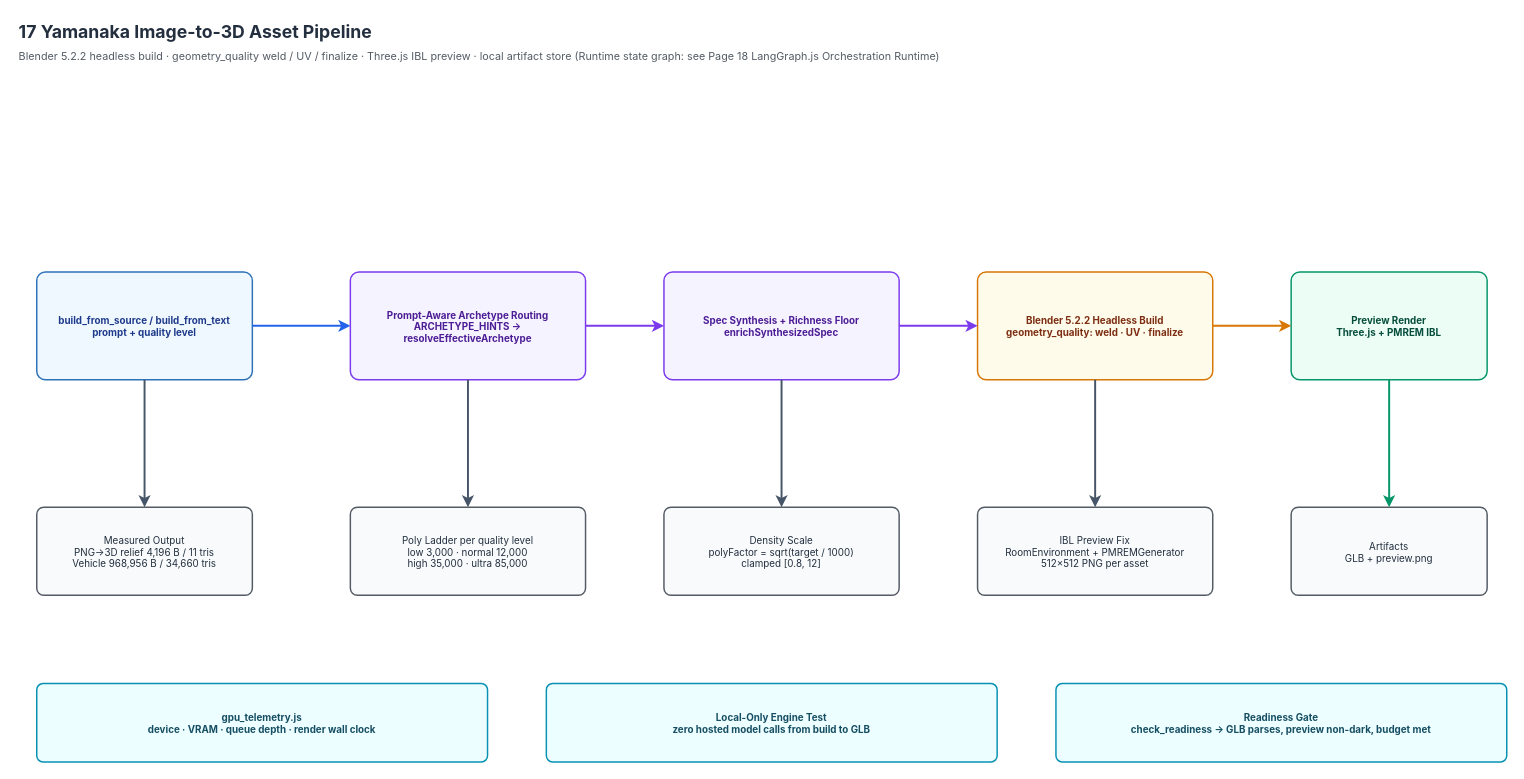
andycungkrinx91/konoha keeps this draw.io diagram as page "17 Yamanaka Image-to-3D Asset Pipeline" (17 of 18) of docs/diagrams/konoha-infrastructure-architecture.drawio. Above is the earlier version. Source tidied: cells renumbered, new cells numbered last; positions are measured from the earlier drawing's top-left corner, leaving out a move shared by most shapes. Both pictures are drawn from the tidied source at 98%, with x=0, y=0 at pixel (17, 17).
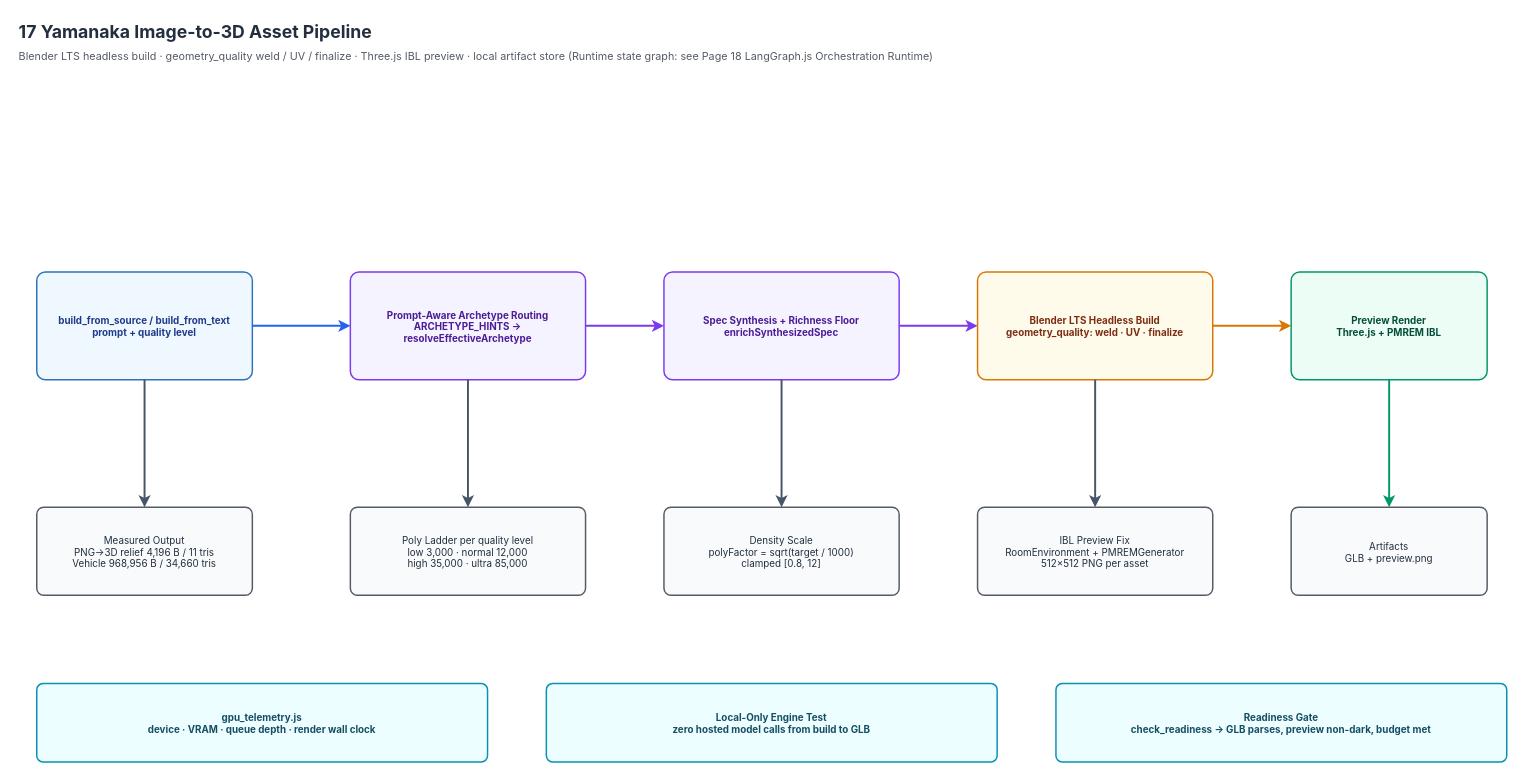
Above is the later version.

The edit, as a diff of the source:
```diff
@@
-    <mxCell id="3" value="Blender 5.2.2 headless build · geometry_quality weld / UV / finalize · Three.js IBL preview · local artifact store (Runtime state graph: see Page 18 LangGraph.js Orchestration Runtime)" style="text;html=1;strokeColor=none;fillColor=none;fontFamily=Inter, system-ui, -apple-system;fontSize=11;fontStyle=0;fontColor=#545B64;align=left;verticalAlign=middle;" parent="1" vertex="1">
+    <mxCell id="3" value="Blender LTS headless build · geometry_quality weld / UV / finalize · Three.js IBL preview · local artifact store (Runtime state graph: see Page 18 LangGraph.js Orchestration Runtime)" style="text;html=1;strokeColor=none;fillColor=none;fontFamily=Inter, system-ui, -apple-system;fontSize=11;fontStyle=0;fontColor=#545B64;align=left;verticalAlign=middle;" parent="1" vertex="1">
       <mxGeometry y="30" width="1300" height="20" as="geometry" />
     </mxCell>
@@
-    <mxCell id="7" value="Blender 5.2.2 Headless Build&#10;geometry_quality: weld · UV · finalize" style="rounded=1;arcSize=8;html=1;whiteSpace=wrap;fillColor=#FFFBEB;strokeColor=#D97706;strokeWidth=1.5;fontFamily=Inter, system-ui, -apple-system;fontSize=10;fontColor=#7C2D12;fontStyle=1;shadow=0;agent=yamanaka;" parent="1" vertex="1">
+    <mxCell id="7" value="Blender LTS Headless Build&#10;geometry_quality: weld · UV · finalize" style="rounded=1;arcSize=8;html=1;whiteSpace=wrap;fillColor=#FFFBEB;strokeColor=#D97706;strokeWidth=1.5;fontFamily=Inter, system-ui, -apple-system;fontSize=10;fontColor=#7C2D12;fontStyle=1;shadow=0;agent=yamanaka;" parent="1" vertex="1">
       <mxGeometry x="980" y="260" width="240" height="110" as="geometry" />
     </mxCell>
```
